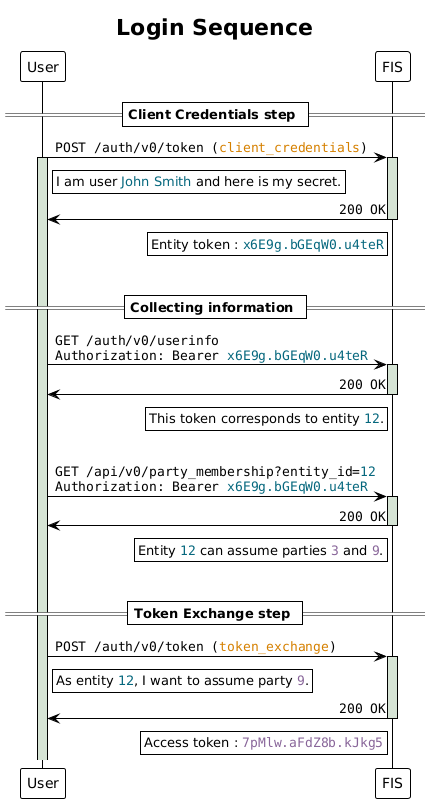
Earlier version of the PlantUML export docs/diagrams/login_sequence.png (elhub/flex-information-system).
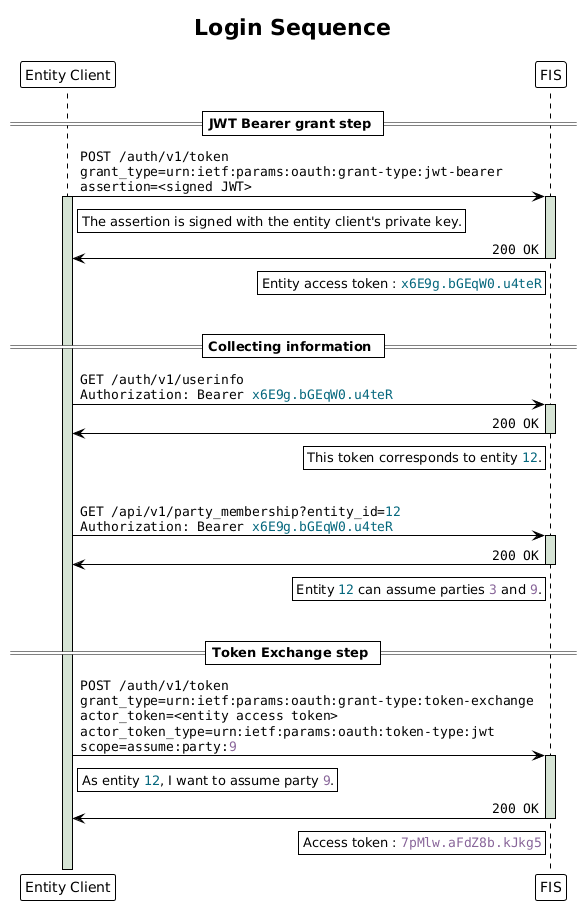
After the change.

What changed in the source:
```diff
@@ -6,32 +6,32 @@
 skinparam LifelineStrategy solid
 skinparam SequenceMessageAlign direction
 
-participant User as user
+participant "Entity Client" as client
 participant "FIS" as fis
 
-== Client Credentials step ==
+== JWT Bearer grant step ==
 
-user -> fis: ""POST /auth/v0/token (<color #d58000>client_credentials</color>)""
+client -> fis: ""POST /auth/v1/token""\n""grant_type=urn:ietf:params:oauth:grant-type:jwt-bearer""\n""assertion=<signed JWT>""
 activate fis #d6e4d5
-activate user #d6e4d5
-rnote right of user
-I am user <color #05677d>John Smith</color> and here is my secret.
+activate client #d6e4d5
+rnote right of client
+The assertion is signed with the entity client's private key.
 end note
 
-fis -> user: ""200 OK""
+fis -> client: ""200 OK""
 deactivate fis
 rnote left of fis
-  Entity token : ""<color #05677d>x6E9g.bGEqW0.u4teR</color>""
+  Entity access token : ""<color #05677d>x6E9g.bGEqW0.u4teR</color>""
 end note
 
 |||
 
 == Collecting information ==
 
-user -> fis:""GET /auth/v0/userinfo""\n""Authorization: Bearer <color #05677d>x6E9g.bGEqW0.u4teR</color>""
+client -> fis:""GET /auth/v1/userinfo""\n""Authorization: Bearer <color #05677d>x6E9g.bGEqW0.u4teR</color>""
 activate fis #d6e4d5
 
-fis -> user: ""200 OK""
+fis -> client: ""200 OK""
 deactivate fis
 rnote left of fis
   This token corresponds to entity ""<color #05677d>12</color>"".
@@ -39,10 +39,10 @@
 
 |||
 
-user -> fis:""GET /api/v0/party_membership?entity_id=<color #05677d>12</color>""\n""Authorization: Bearer <color #05677d>x6E9g.bGEqW0.u4teR</color>""
+client -> fis:""GET /api/v1/party_membership?entity_id=<color #05677d>12</color>""\n""Authorization: Bearer <color #05677d>x6E9g.bGEqW0.u4teR</color>""
 activate fis #d6e4d5
 
-fis -> user: ""200 OK""
+fis -> client: ""200 OK""
 deactivate fis
 rnote left of fis
   Entity ""<color #05677d>12</color>"" can assume parties ""<color #886599>3</color>"" and ""<color #886599>9</color>"".
@@ -52,13 +52,13 @@
 
 == Token Exchange step ==
 
-user -> fis: ""POST /auth/v0/token (<color #d58000>token_exchange</color>)""
+client -> fis:""POST /auth/v1/token""\n""grant_type=urn:ietf:params:oauth:grant-type:token-exchange""\n""actor_token=<entity access token>""\n""actor_token_type=urn:ietf:params:oauth:token-type:jwt""\n""scope=assume:party:<color #886599>9</color>""
 activate fis #d6e4d5
-rnote right of user
+rnote right of client
 As entity <color #05677d>12</color>, I want to assume party ""<color #886599>9</color>"".
 end note
 
-fis -> user: ""200 OK""
+fis -> client: ""200 OK""
 deactivate fis
 rnote left of fis
   Access token : ""<color #886599>7pMlw.aFdZ8b.kJkg5</color>""
```
